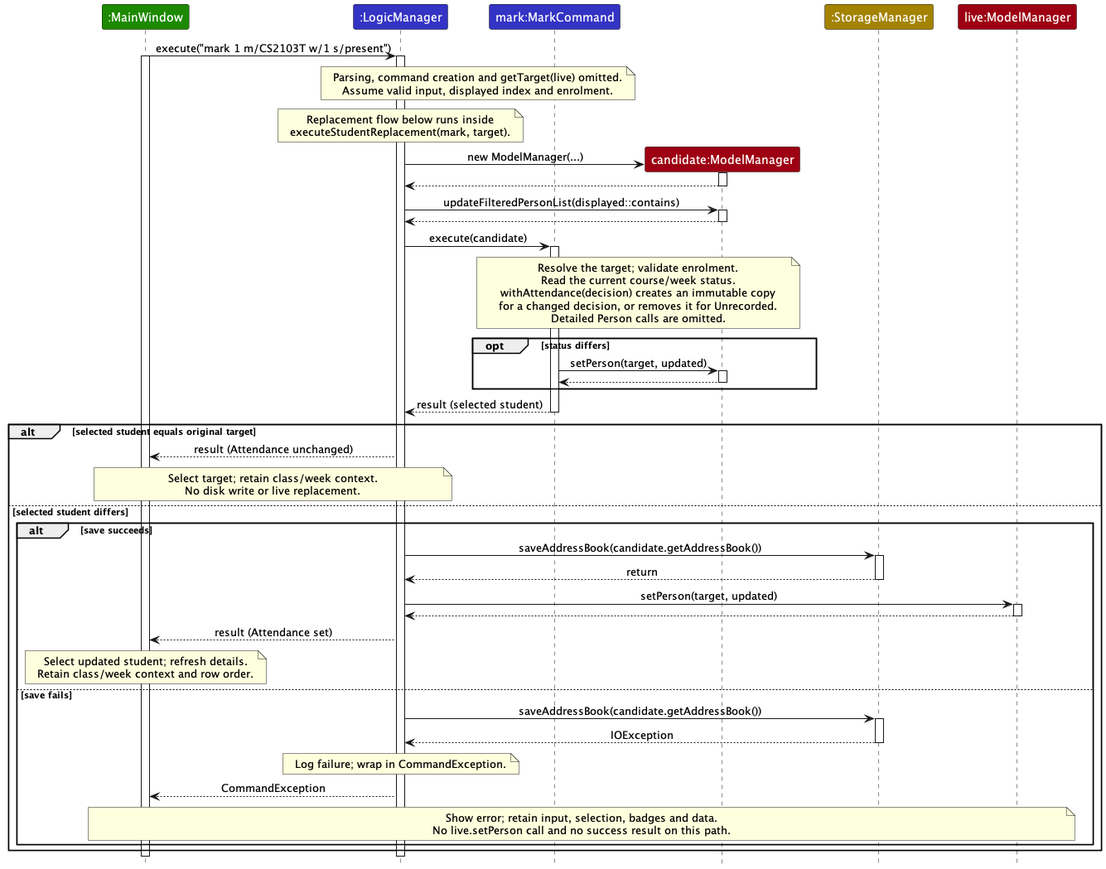
Above: docs/images/MarkSequenceDiagram.png in AY2627S1-CS2103T-W08-4/tp (PlantUML), before the change.
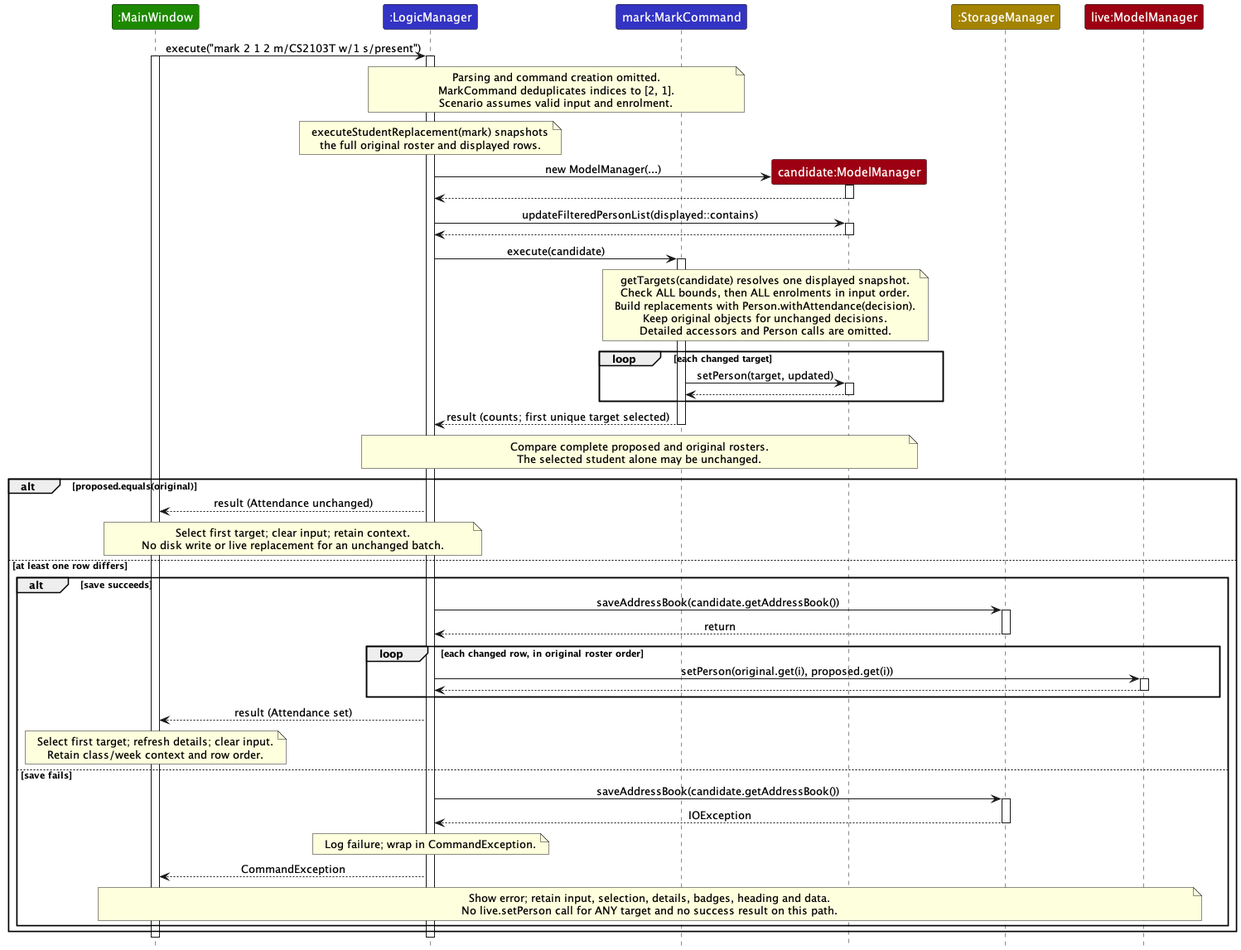
The same diagram one commit later.

Commit message:
Document batch attendance workflow and recovery

What changed in the source:
```diff
@@ -11,16 +11,17 @@
 participant ":StorageManager" as Storage STORAGE_COLOR
 participant "live:ModelManager" as Live MODEL_COLOR
 
-UI -> Logic : execute("mark 1 m/CS2103T w/1 s/present")
+UI -> Logic : execute("mark 2 1 2 m/CS2103T w/1 s/present")
 activate UI
 activate Logic
 note over Logic, Mark
-Parsing, command creation and getTarget(live) omitted.
-Assume valid input, displayed index and enrolment.
+Parsing and command creation omitted.
+MarkCommand deduplicates indices to [2, 1].
+Scenario assumes valid input and enrolment.
 end note
 note over Logic
-Replacement flow below runs inside
-executeStudentReplacement(mark, target).
+executeStudentReplacement(mark) snapshots
+the full original roster and displayed rows.
 end note
 create Candidate
 Logic -> Candidate : new ModelManager(...)
@@ -34,40 +35,46 @@
 Logic -> Mark : execute(candidate)
 activate Mark
 note over Mark, Candidate
-Resolve the target; validate enrolment.
-Read the current course/week status.
-withAttendance(decision) creates an immutable copy
-for a changed decision, or removes it for Unrecorded.
-Detailed Person calls are omitted.
+getTargets(candidate) resolves one displayed snapshot.
+Check ALL bounds, then ALL enrolments in input order.
+Build replacements with Person.withAttendance(decision).
+Keep original objects for unchanged decisions.
+Detailed accessors and Person calls are omitted.
 end note
-opt status differs
+loop each changed target
 Mark -> Candidate : setPerson(target, updated)
 activate Candidate
 Candidate --> Mark
 deactivate Candidate
 end
-Mark --> Logic : result (selected student)
+Mark --> Logic : result (counts; first unique target selected)
 deactivate Mark
+note over Logic, Candidate
+Compare complete proposed and original rosters.
+The selected student alone may be unchanged.
+end note
 
-alt selected student equals original target
+alt proposed.equals(original)
 Logic --> UI : result (Attendance unchanged)
 note over UI, Logic
-Select target; retain class/week context.
-No disk write or live replacement.
+Select first target; clear input; retain context.
+No disk write or live replacement for an unchanged batch.
 end note
-else selected student differs
+else at least one row differs
 alt save succeeds
 Logic -> Storage : saveAddressBook(candidate.getAddressBook())
 activate Storage
 Storage --> Logic : return
 deactivate Storage
-Logic -> Live : setPerson(target, updated)
+loop each changed row, in original roster order
+Logic -> Live : setPerson(original.get(i), proposed.get(i))
 activate Live
 Live --> Logic
 deactivate Live
+end
 Logic --> UI : result (Attendance set)
 note over UI
-Select updated student; refresh details.
+Select first target; refresh details; clear input.
 Retain class/week context and row order.
 end note
 else save fails
@@ -80,8 +87,8 @@
 end note
 Logic --> UI : CommandException
 note over UI, Live
-Show error; retain input, selection, badges and data.
-No live.setPerson call and no success result on this path.
+Show error; retain input, selection, details, badges, heading and data.
+No live.setPerson call for ANY target and no success result on this path.
 end note
 end
 end
```
